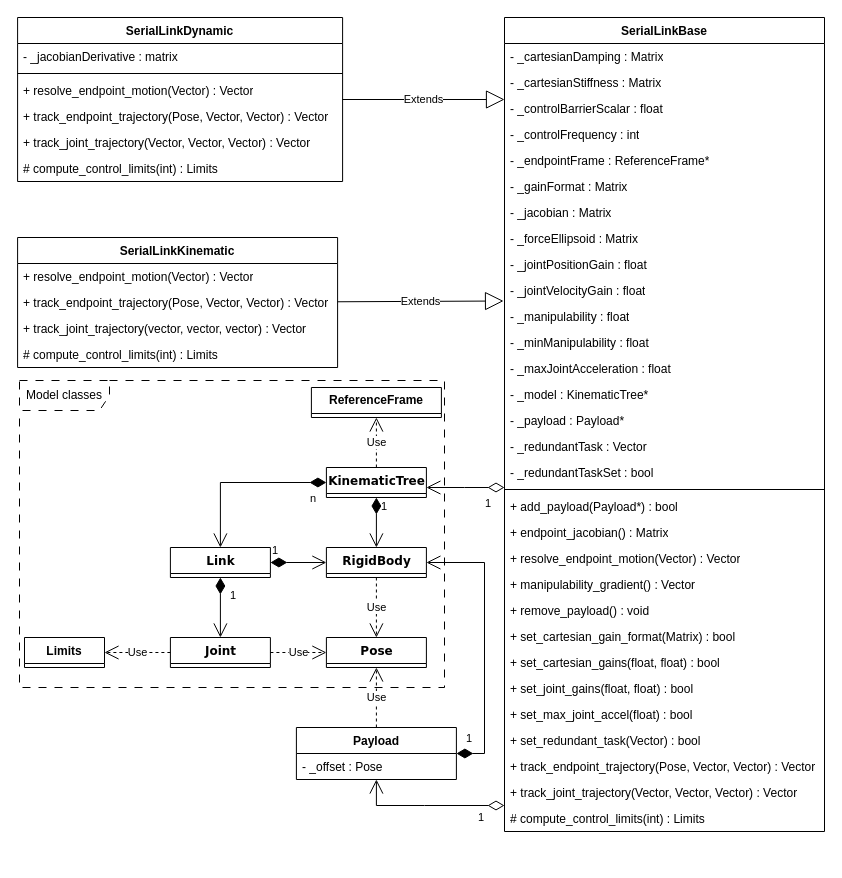
This is Control/doc/ControlClassDiagrams.drawio from Woolfrey/software_robot_library, a draw.io file, before an edit. Source tidied: cells renumbered, new cells numbered last; positions are measured from the earlier drawing's top-left corner, leaving out a move shared by most shapes. Both pictures are drawn from the tidied source at 100%, with x=0, y=0 at pixel (17, 17).
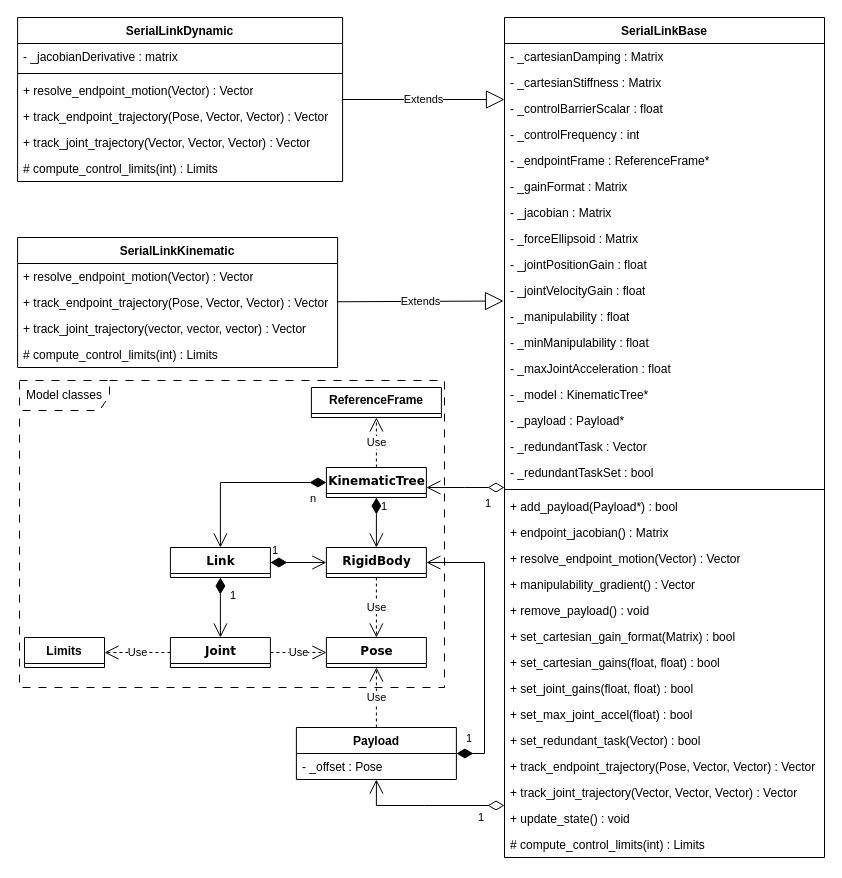
The same page after the edit.

Commit message:
Saving work on planning for SerialLink

Change to the diagram source:
```diff
@@
     <mxCell id="2" value="SerialLinkBase" style="swimlane;fontStyle=1;align=center;verticalAlign=top;horizontal=1;startSize=26;whiteSpace=wrap;html=1;" parent="1" vertex="1">
-      <mxGeometry x="487" width="320" height="814" as="geometry" />
+      <mxGeometry x="487" width="320" height="840" as="geometry" />
     </mxCell>
@@
+    <mxCell id="70" value="+ update_state() : void" style="text;strokeColor=none;fillColor=none;align=left;verticalAlign=top;spacingLeft=4;spacingRight=4;overflow=hidden;whiteSpace=wrap;html=1;" parent="2" vertex="1">
+      <mxGeometry y="788" width="320" height="26" as="geometry" />
+    </mxCell>
     <mxCell id="33" value="# compute_control_limits(int) : Limits" style="text;strokeColor=none;fillColor=none;align=left;verticalAlign=top;spacingLeft=4;spacingRight=4;overflow=hidden;whiteSpace=wrap;html=1;" parent="2" vertex="1">
-      <mxGeometry y="788" width="320" height="26" as="geometry" />
+      <mxGeometry y="814" width="320" height="26" as="geometry" />
     </mxCell>
```
